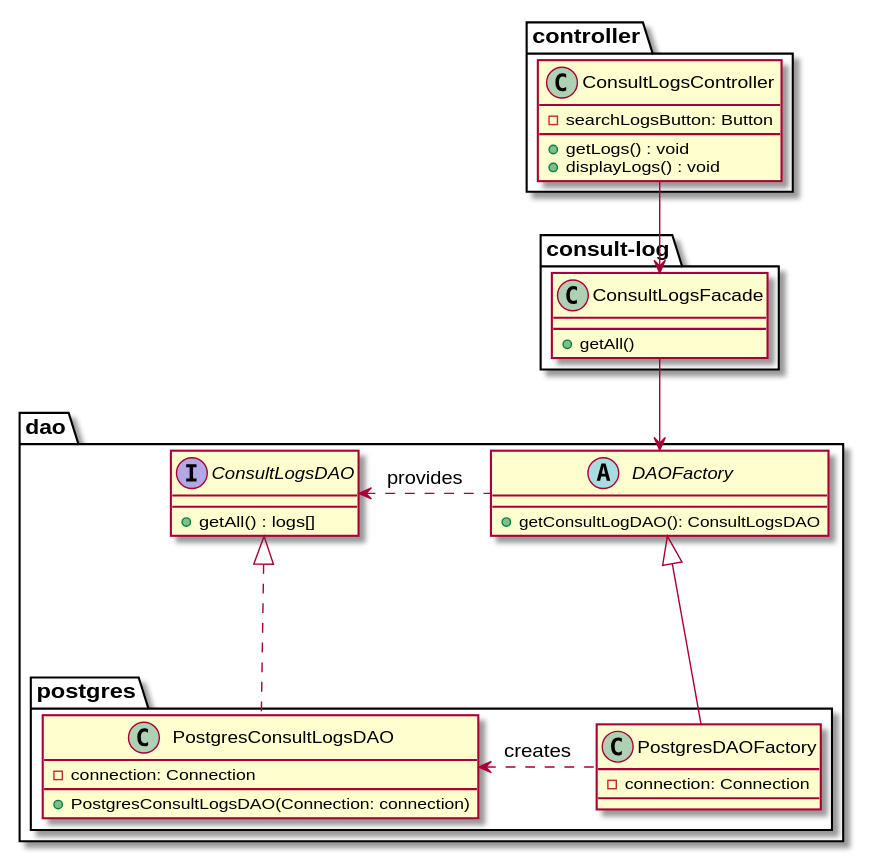
This is specifications/software-design/consult-log/consult-log-class-diagram.svg from BrokenSwing/Comixaire, a PlantUML export, as it was before one commit. The source it was exported from:
```plantuml
@startuml
package controller {

  class ConsultLogsController {
    -searchLogsButton: Button
    +getLogs() : void
    +displayLogs() : void
  }
}

package consult-log {

  class ConsultLogsFacade {
    +getAll()
  }

}

package dao {

  abstract class DAOFactory {
    +getConsultLogDAO(): ConsultLogsDAO
  }

  interface ConsultLogsDAO {
    +getAll() : logs[]
  }

  package postgres {

    class PostgresConsultLogsDAO implements ConsultLogsDAO {
      -connection: Connection
      +PostgresConsultLogsDAO(Connection: connection)
    }

    class PostgresDAOFactory extends DAOFactory {
      -connection: Connection
    }
  }

}

PostgresDAOFactory .left> PostgresConsultLogsDAO : "creates"
DAOFactory .left> ConsultLogsDAO : "provides"
ConsultLogsFacade -down-> DAOFactory
ConsultLogsController -down-> ConsultLogsFacade
@enduml
```
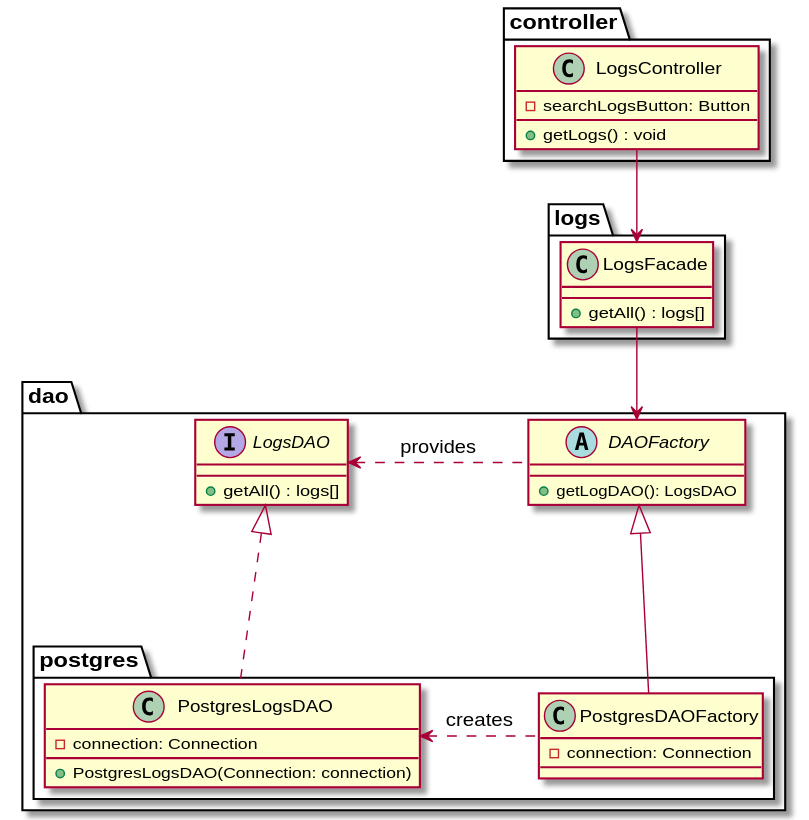
After the change.

Commit message:
Consult-logs diagram and item search updated

Change to the diagram source:
```diff
@@ -1,17 +1,16 @@
 @startuml
 package controller {
 
-  class ConsultLogsController {
+  class LogsController {
     -searchLogsButton: Button
     +getLogs() : void
-    +displayLogs() : void
   }
 }
 
-package consult-log {
+package logs {
 
-  class ConsultLogsFacade {
-    +getAll()
+  class LogsFacade {
+    +getAll() : logs[]
   }
 
 }
@@ -19,18 +18,18 @@
 package dao {
 
   abstract class DAOFactory {
-    +getConsultLogDAO(): ConsultLogsDAO
+    +getLogDAO(): LogsDAO
   }
 
-  interface ConsultLogsDAO {
+  interface LogsDAO {
     +getAll() : logs[]
   }
 
   package postgres {
 
-    class PostgresConsultLogsDAO implements ConsultLogsDAO {
+    class PostgresLogsDAO implements LogsDAO {
       -connection: Connection
-      +PostgresConsultLogsDAO(Connection: connection)
+      +PostgresLogsDAO(Connection: connection)
     }
 
     class PostgresDAOFactory extends DAOFactory {
@@ -40,8 +39,8 @@
 
 }
 
-PostgresDAOFactory .left> PostgresConsultLogsDAO : "creates"
-DAOFactory .left> ConsultLogsDAO : "provides"
-ConsultLogsFacade -down-> DAOFactory
-ConsultLogsController -down-> ConsultLogsFacade
+PostgresDAOFactory .left> PostgresLogsDAO : "creates"
+DAOFactory .left> LogsDAO : "provides"
+LogsFacade -down-> DAOFactory
+LogsController -down-> LogsFacade
 @enduml
```
